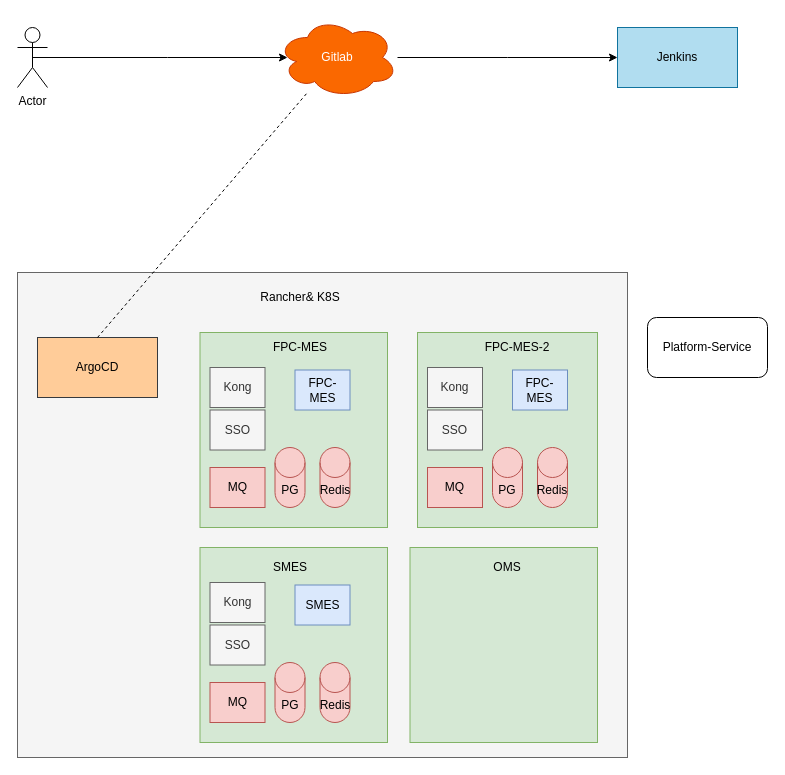
Above: dev-cicd.drawio in sf-test/org-repo (draw.io), before the change. Source tidied: cells renumbered, new cells numbered last; positions are measured from the earlier drawing's top-left corner, leaving out a move shared by most shapes. Both pictures are drawn from the tidied source at 100%, with x=0, y=0 at pixel (17, 17).
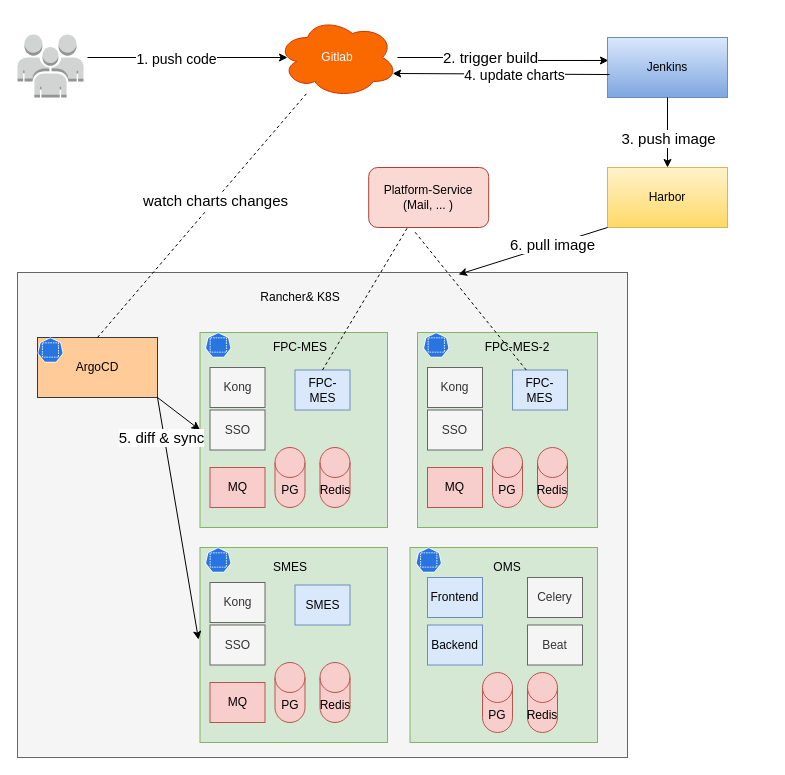
The same diagram, later.

Unchanged cells that the change refers to:
```xml
<mxCell id="3" value="Gitlab" style="ellipse;shape=cloud;whiteSpace=wrap;html=1;fillColor=#fa6800;strokeColor=#C73500;fontColor=#ffffff;" parent="1" vertex="1">
  <mxGeometry x="260" width="120" height="80" as="geometry" />
</mxCell>
<mxCell id="6" style="rounded=0;whiteSpace=wrap;html=1;fillColor=#f5f5f5;strokeColor=#666666;fontColor=#333333;" parent="1" vertex="1">
  <mxGeometry y="255" width="610" height="485" as="geometry" />
</mxCell>
<mxCell id="8" value="ArgoCD" style="rounded=0;whiteSpace=wrap;html=1;fillColor=#ffcc99;strokeColor=#36393d;" parent="1" vertex="1">
  <mxGeometry x="20" y="320" width="120" height="60" as="geometry" />
</mxCell>
<mxCell id="10" style="rounded=0;whiteSpace=wrap;html=1;fillColor=#d5e8d4;strokeColor=#82b366;" parent="1" vertex="1">
  <mxGeometry x="182.5" y="315" width="187.5" height="195" as="geometry" />
</mxCell>
<mxCell id="14" value="FPC-MES" style="rounded=0;whiteSpace=wrap;html=1;fillColor=#dae8fc;strokeColor=#6c8ebf;" parent="1" vertex="1">
  <mxGeometry x="277.5" y="352.5" width="55" height="40" as="geometry" />
</mxCell>
<mxCell id="22" value="FPC-MES" style="rounded=0;whiteSpace=wrap;html=1;fillColor=#dae8fc;strokeColor=#6c8ebf;" parent="1" vertex="1">
  <mxGeometry x="495" y="352.5" width="55" height="40" as="geometry" />
</mxCell>
<mxCell id="27" style="rounded=0;whiteSpace=wrap;html=1;fillColor=#d5e8d4;strokeColor=#82b366;" parent="1" vertex="1">
  <mxGeometry x="182.5" y="530" width="187.5" height="195" as="geometry" />
</mxCell>
```

The edit, as a diff of the source:
```diff
@@
-    <mxCell id="2" style="edgeStyle=orthogonalEdgeStyle;rounded=0;jettySize=auto;html=1;" parent="1" edge="1" source="3">
-      <mxGeometry relative="1" as="geometry">
-        <mxPoint x="600" y="40" as="targetPoint" />
-      </mxGeometry>
+    <mxCell id="2" style="edgeStyle=orthogonalEdgeStyle;rounded=0;jettySize=auto;html=1;entryX=0.008;entryY=0.383;entryDx=0;entryDy=0;entryPerimeter=0;" parent="1" edge="1" source="3" target="9">
+      <mxGeometry relative="1" as="geometry" />
     </mxCell>
+    <mxCell id="38" value="2. trigger build" style="edgeLabel;html=1;align=center;verticalAlign=middle;fontSize=15;" parent="2" vertex="1">
+      <mxGeometry x="-0.14" y="1" relative="1" as="geometry" />
+    </mxCell>
@@
-    <mxCell id="4" style="edgeStyle=orthogonalEdgeStyle;rounded=0;jettySize=auto;html=1;exitX=0.5;exitY=0.5;exitDx=0;exitDy=0;exitPerimeter=0;" parent="1" edge="1" source="5">
+    <mxCell id="4" style="edgeStyle=orthogonalEdgeStyle;rounded=0;orthogonalLoop=1;jettySize=auto;html=1;" parent="1" edge="1">
       <mxGeometry relative="1" as="geometry">
+        <mxPoint x="70" y="40" as="sourcePoint" />
         <mxPoint x="270" y="40" as="targetPoint" />
       </mxGeometry>
     </mxCell>
-    <mxCell id="5" value="Actor" style="shape=umlActor;verticalLabelPosition=bottom;verticalAlign=top;html=1;outlineConnect=0;" parent="1" vertex="1">
-      <mxGeometry y="10" width="30" height="60" as="geometry" />
-    </mxCell>
+    <mxCell id="39" value="&lt;font style=&quot;font-size: 14px&quot;&gt;1. push code&lt;/font&gt;" style="edgeLabel;html=1;align=center;verticalAlign=middle;" parent="4" vertex="1">
+      <mxGeometry x="-0.12" y="-1" relative="1" as="geometry" />
+    </mxCell>
@@
-    <mxCell id="9" value="Jenkins" style="rounded=0;whiteSpace=wrap;html=1;fillColor=#b1ddf0;strokeColor=#10739e;" parent="1" vertex="1">
-      <mxGeometry x="600" y="10" width="120" height="60" as="geometry" />
+    <mxCell id="9" value="Jenkins" style="rounded=0;whiteSpace=wrap;html=1;fillColor=#dae8fc;strokeColor=#6c8ebf;gradientColor=#7ea6e0;" parent="1" vertex="1">
+      <mxGeometry x="590" y="20" width="120" height="60" as="geometry" />
     </mxCell>
@@
-    <mxCell id="18" value="Platform-Service" style="rounded=1;whiteSpace=wrap;html=1;" parent="1" vertex="1">
-      <mxGeometry x="630" y="300" width="120" height="60" as="geometry" />
+    <mxCell id="18" value="&lt;div&gt;Platform-Service&lt;/div&gt;&lt;div&gt;(Mail, ... )&lt;br&gt;&lt;/div&gt;" style="rounded=1;whiteSpace=wrap;html=1;fillColor=#fad9d5;strokeColor=#ae4132;" parent="1" vertex="1">
+      <mxGeometry x="351.2" y="150" width="120" height="60" as="geometry" />
     </mxCell>
@@
+    <mxCell id="40" value="Harbor" style="rounded=0;whiteSpace=wrap;html=1;gradientColor=#ffd966;fillColor=#fff2cc;strokeColor=#d6b656;" parent="1" vertex="1">
+      <mxGeometry x="590" y="150" width="120" height="60" as="geometry" />
+    </mxCell>
+    <mxCell id="41" style="endArrow=classic;html=1;exitX=1;exitY=1;exitDx=0;exitDy=0;entryX=0;entryY=0.5;entryDx=0;entryDy=0;" parent="1" edge="1" source="8" target="10">
+      <mxGeometry relative="1" as="geometry" />
+    </mxCell>
+    <mxCell id="42" style="endArrow=classic;html=1;entryX=-0.008;entryY=0.472;entryDx=0;entryDy=0;entryPerimeter=0;" parent="1" edge="1" target="27">
+      <mxGeometry relative="1" as="geometry">
+        <mxPoint x="140" y="380" as="sourcePoint" />
+      </mxGeometry>
+    </mxCell>
+    <mxCell id="43" value="5. diff &amp;amp; sync" style="edgeLabel;html=1;align=center;verticalAlign=middle;fontSize=15;" parent="42" vertex="1">
+      <mxGeometry x="-0.81" relative="1" as="geometry">
+        <mxPoint y="17.3" as="offset" />
+      </mxGeometry>
+    </mxCell>
+    <mxCell id="44" style="endArrow=classic;html=1;exitX=0.5;exitY=1;exitDx=0;exitDy=0;entryX=0.5;entryY=0;entryDx=0;entryDy=0;" parent="1" edge="1" source="9" target="40">
+      <mxGeometry relative="1" as="geometry" />
+    </mxCell>
+    <mxCell id="45" value="3. push image" style="edgeLabel;html=1;align=center;verticalAlign=middle;fontSize=15;" parent="44" vertex="1">
+      <mxGeometry x="0.3" y="-2" relative="1" as="geometry">
+        <mxPoint x="2" y="-6" as="offset" />
+      </mxGeometry>
+    </mxCell>
+    <mxCell id="46" style="endArrow=classic;html=1;entryX=0.96;entryY=0.7;entryDx=0;entryDy=0;entryPerimeter=0;exitX=0.017;exitY=0.617;exitDx=0;exitDy=0;exitPerimeter=0;" parent="1" edge="1" source="9" target="3">
+      <mxGeometry relative="1" as="geometry" />
+    </mxCell>
+    <mxCell id="47" value="4. update charts" style="edgeLabel;html=1;align=center;verticalAlign=middle;fontSize=14;" parent="46" vertex="1">
+      <mxGeometry x="-0.11" y="1" relative="1" as="geometry" />
+    </mxCell>
+    <mxCell id="48" value="PG" style="shape=cylinder3;whiteSpace=wrap;html=1;boundedLbl=1;backgroundOutline=1;size=15;fillColor=#f8cecc;strokeColor=#b85450;" parent="1" vertex="1">
+      <mxGeometry x="465" y="655" width="30" height="60" as="geometry" />
+    </mxCell>
+    <mxCell id="49" value="Redis" style="shape=cylinder3;whiteSpace=wrap;html=1;boundedLbl=1;backgroundOutline=1;size=15;fillColor=#f8cecc;strokeColor=#b85450;" parent="1" vertex="1">
+      <mxGeometry x="510" y="655" width="30" height="60" as="geometry" />
+    </mxCell>
+    <mxCell id="50" value="Frontend" style="rounded=0;whiteSpace=wrap;html=1;fillColor=#dae8fc;strokeColor=#6c8ebf;" parent="1" vertex="1">
+      <mxGeometry x="410" y="560" width="55" height="40" as="geometry" />
+    </mxCell>
+    <mxCell id="51" value="Backend" style="rounded=0;whiteSpace=wrap;html=1;fillColor=#dae8fc;strokeColor=#6c8ebf;" parent="1" vertex="1">
+      <mxGeometry x="410" y="607.5" width="55" height="40" as="geometry" />
+    </mxCell>
+    <mxCell id="52" value="Celery" style="rounded=0;whiteSpace=wrap;html=1;fillColor=#f5f5f5;strokeColor=#666666;fontColor=#333333;" parent="1" vertex="1">
+      <mxGeometry x="510" y="560" width="55" height="40" as="geometry" />
+    </mxCell>
+    <mxCell id="53" value="Beat" style="rounded=0;whiteSpace=wrap;html=1;fillColor=#f5f5f5;strokeColor=#666666;fontColor=#333333;" parent="1" vertex="1">
+      <mxGeometry x="510" y="607.5" width="55" height="40" as="geometry" />
+    </mxCell>
+    <mxCell id="54" style="endArrow=classic;html=1;fontSize=15;exitX=0;exitY=1;exitDx=0;exitDy=0;entryX=0.723;entryY=0.004;entryDx=0;entryDy=0;entryPerimeter=0;" parent="1" edge="1" source="40" target="6">
+      <mxGeometry relative="1" as="geometry" />
+    </mxCell>
+    <mxCell id="55" value="6. pull image" style="edgeLabel;html=1;align=center;verticalAlign=middle;fontSize=15;" parent="54" vertex="1">
+      <mxGeometry x="-0.35" y="1" relative="1" as="geometry">
+        <mxPoint x="-6.7" as="offset" />
+      </mxGeometry>
+    </mxCell>
+    <mxCell id="56" style="endArrow=none;dashed=1;html=1;fontSize=15;exitX=0.5;exitY=0;exitDx=0;exitDy=0;" parent="1" edge="1" source="14">
+      <mxGeometry relative="1" as="geometry">
+        <mxPoint x="390" y="210" as="targetPoint" />
+      </mxGeometry>
+    </mxCell>
+    <mxCell id="57" style="endArrow=none;dashed=1;html=1;fontSize=15;entryX=0.375;entryY=1.05;entryDx=0;entryDy=0;entryPerimeter=0;exitX=0.25;exitY=0;exitDx=0;exitDy=0;" parent="1" edge="1" source="22" target="18">
+      <mxGeometry relative="1" as="geometry" />
+    </mxCell>
+    <mxCell id="58" style="dashed=0;verticalLabelPosition=bottom;verticalAlign=top;align=center;html=1;shape=mxgraph.aws3.users;fillColor=#D2D3D3;gradientColor=none;fontSize=15;" parent="1" vertex="1">
+      <mxGeometry y="17" width="66" height="63" as="geometry" />
+    </mxCell>
+    <mxCell id="59" style="html=1;dashed=0;whitespace=wrap;fillColor=#2875E2;strokeColor=#ffffff;shape=mxgraph.kubernetes.icon;prIcon=ns;fontSize=15;" parent="1" vertex="1">
+      <mxGeometry x="182" y="315" width="37.5" height="25" as="geometry" />
+    </mxCell>
+    <mxCell id="60" style="html=1;dashed=0;whitespace=wrap;fillColor=#2875E2;strokeColor=#ffffff;shape=mxgraph.kubernetes.icon;prIcon=ns;fontSize=15;" parent="1" vertex="1">
+      <mxGeometry x="14.2" y="320" width="37.5" height="25" as="geometry" />
+    </mxCell>
+    <mxCell id="61" style="html=1;dashed=0;whitespace=wrap;fillColor=#2875E2;strokeColor=#ffffff;shape=mxgraph.kubernetes.icon;prIcon=ns;fontSize=15;" parent="1" vertex="1">
+      <mxGeometry x="400" y="315" width="37.5" height="25" as="geometry" />
+    </mxCell>
+    <mxCell id="62" style="html=1;dashed=0;whitespace=wrap;fillColor=#2875E2;strokeColor=#ffffff;shape=mxgraph.kubernetes.icon;prIcon=ns;fontSize=15;" parent="1" vertex="1">
+      <mxGeometry x="182" y="530" width="37.5" height="25" as="geometry" />
+    </mxCell>
+    <mxCell id="63" style="html=1;dashed=0;whitespace=wrap;fillColor=#2875E2;strokeColor=#ffffff;shape=mxgraph.kubernetes.icon;prIcon=ns;fontSize=15;" parent="1" vertex="1">
+      <mxGeometry x="392.5" y="530" width="37.5" height="25" as="geometry" />
+    </mxCell>
-    <mxCell id="37" style="endArrow=none;dashed=1;html=1;exitX=0.5;exitY=0;exitDx=0;exitDy=0;" parent="1" edge="1" source="8" target="3">
+    <mxCell id="37" style="endArrow=none;dashed=1;html=1;fontSize=15;exitX=0.5;exitY=0;exitDx=0;exitDy=0;" parent="1" edge="1" source="8" target="3">
       <mxGeometry relative="1" as="geometry" />
     </mxCell>
+    <mxCell id="64" value="watch charts changes" style="edgeLabel;html=1;align=center;verticalAlign=middle;fontSize=15;" parent="37" vertex="1">
+      <mxGeometry x="0.12" relative="1" as="geometry" />
+    </mxCell>
```
